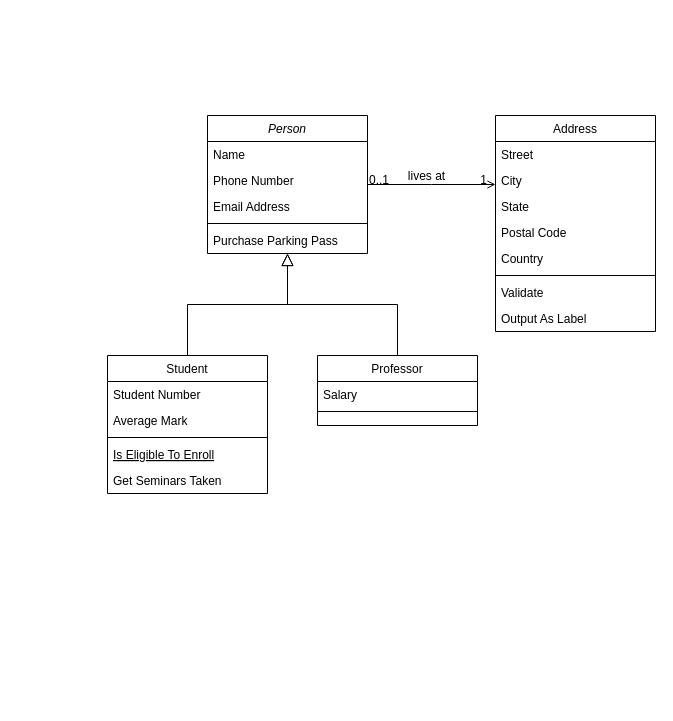
The draw.io diagram CareHomeClassDiagram.drawio in mattwatts36/drawings, before the edit. Source tidied: cells renumbered, new cells numbered last; positions are measured from the earlier drawing's top-left corner, leaving out a move shared by most shapes. Both pictures are drawn from the tidied source at 100%, with x=0, y=0 at pixel (107, 115).
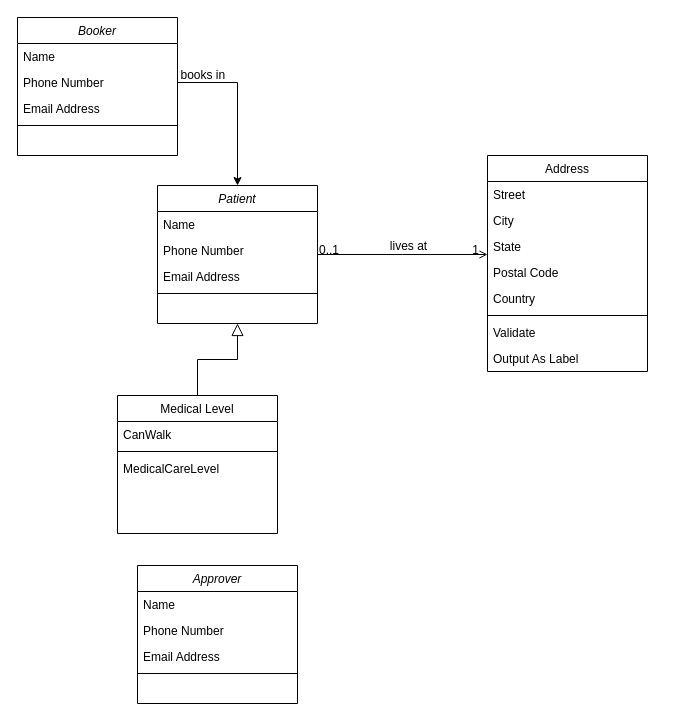
The same diagram, later.

Diff of the diagram source:
```diff
@@
-    <mxCell id="2" value="Person" style="swimlane;fontStyle=2;align=center;verticalAlign=top;horizontal=1;startSize=26;rounded=0;shadow=0;strokeWidth=1;" parent="1" vertex="1">
-      <mxGeometry x="100" width="160" height="138" as="geometry" />
+    <mxCell id="2" value="Patient" style="swimlane;fontStyle=2;align=center;verticalAlign=top;horizontal=1;startSize=26;rounded=0;shadow=0;strokeWidth=1;" parent="1" vertex="1">
+      <mxGeometry x="50" y="70" width="160" height="138" as="geometry" />
     </mxCell>
@@
-    <mxCell id="7" value="Purchase Parking Pass" style="text;align=left;verticalAlign=top;spacingLeft=4;spacingRight=4;overflow=hidden;" parent="2" vertex="1">
-      <mxGeometry y="112" width="160" height="26" as="geometry" />
-    </mxCell>
-    <mxCell id="8" value="Student" style="swimlane;fontStyle=0;align=center;verticalAlign=top;horizontal=1;startSize=26;rounded=0;shadow=0;strokeWidth=1;" parent="1" vertex="1">
-      <mxGeometry y="240" width="160" height="138" as="geometry" />
+    <mxCell id="8" value="Medical Level" style="swimlane;fontStyle=0;align=center;verticalAlign=top;horizontal=1;startSize=26;rounded=0;shadow=0;strokeWidth=1;" parent="1" vertex="1">
+      <mxGeometry x="10" y="280" width="160" height="138" as="geometry" />
     </mxCell>
-    <mxCell id="9" value="Student Number" style="text;align=left;verticalAlign=top;spacingLeft=4;spacingRight=4;overflow=hidden;" parent="8" vertex="1">
+    <mxCell id="9" value="CanWalk" style="text;align=left;verticalAlign=top;spacingLeft=4;spacingRight=4;overflow=hidden;" parent="8" vertex="1">
       <mxGeometry y="26" width="160" height="26" as="geometry" />
     </mxCell>
+    <mxCell id="11" style="line;html=1;strokeWidth=1;align=left;verticalAlign=middle;spacingTop=-1;spacingLeft=3;spacingRight=3;labelPosition=right;" parent="8" vertex="1">
+      <mxGeometry y="52" width="160" height="8" as="geometry" />
+    </mxCell>
-    <mxCell id="10" value="Average Mark" style="text;align=left;verticalAlign=top;spacingLeft=4;spacingRight=4;overflow=hidden;rounded=0;shadow=0;html=0;" parent="8" vertex="1">
-      <mxGeometry y="52" width="160" height="26" as="geometry" />
+    <mxCell id="10" value="MedicalCareLevel" style="text;align=left;verticalAlign=top;spacingLeft=4;spacingRight=4;overflow=hidden;rounded=0;shadow=0;html=0;" parent="8" vertex="1">
+      <mxGeometry y="60" width="160" height="26" as="geometry" />
     </mxCell>
-    <mxCell id="11" style="line;html=1;strokeWidth=1;align=left;verticalAlign=middle;spacingTop=-1;spacingLeft=3;spacingRight=3;labelPosition=right;" parent="8" vertex="1">
-      <mxGeometry y="78" width="160" height="8" as="geometry" />
-    </mxCell>
-    <mxCell id="12" value="Is Eligible To Enroll" style="text;align=left;verticalAlign=top;spacingLeft=4;spacingRight=4;overflow=hidden;fontStyle=4;" parent="8" vertex="1">
-      <mxGeometry y="86" width="160" height="26" as="geometry" />
-    </mxCell>
-    <mxCell id="13" value="Get Seminars Taken" style="text;align=left;verticalAlign=top;spacingLeft=4;spacingRight=4;overflow=hidden;" parent="8" vertex="1">
-      <mxGeometry y="112" width="160" height="26" as="geometry" />
-    </mxCell>
@@
-    <mxCell id="15" value="Professor" style="swimlane;fontStyle=0;align=center;verticalAlign=top;horizontal=1;startSize=26;rounded=0;shadow=0;strokeWidth=1;" parent="1" vertex="1">
-      <mxGeometry x="210" y="240" width="160" height="70" as="geometry" />
-    </mxCell>
-    <mxCell id="16" value="Salary" style="text;align=left;verticalAlign=top;spacingLeft=4;spacingRight=4;overflow=hidden;" parent="15" vertex="1">
-      <mxGeometry y="26" width="160" height="26" as="geometry" />
-    </mxCell>
-    <mxCell id="17" style="line;html=1;strokeWidth=1;align=left;verticalAlign=middle;spacingTop=-1;spacingLeft=3;spacingRight=3;labelPosition=right;" parent="15" vertex="1">
-      <mxGeometry y="52" width="160" height="8" as="geometry" />
-    </mxCell>
-    <mxCell id="18" style="endArrow=block;endSize=10;endFill=0;shadow=0;strokeWidth=1;rounded=0;edgeStyle=elbowEdgeStyle;elbow=vertical;" parent="1" edge="1" source="15" target="2">
-      <mxGeometry relative="1" as="geometry" />
-    </mxCell>
     <mxCell id="19" value="Address" style="swimlane;fontStyle=0;align=center;verticalAlign=top;horizontal=1;startSize=26;rounded=0;shadow=0;strokeWidth=1;" parent="1" vertex="1">
-      <mxGeometry x="388" width="160" height="216" as="geometry" />
+      <mxGeometry x="380" y="40" width="160" height="216" as="geometry" />
     </mxCell>
@@
+    <mxCell id="32" value="Approver" style="swimlane;fontStyle=2;align=center;verticalAlign=top;horizontal=1;startSize=26;rounded=0;shadow=0;strokeWidth=1;" parent="1" vertex="1">
+      <mxGeometry x="30" y="450" width="160" height="138" as="geometry" />
+    </mxCell>
+    <mxCell id="33" value="Name" style="text;align=left;verticalAlign=top;spacingLeft=4;spacingRight=4;overflow=hidden;" parent="32" vertex="1">
+      <mxGeometry y="26" width="160" height="26" as="geometry" />
+    </mxCell>
+    <mxCell id="34" value="Phone Number" style="text;align=left;verticalAlign=top;spacingLeft=4;spacingRight=4;overflow=hidden;rounded=0;shadow=0;html=0;" parent="32" vertex="1">
+      <mxGeometry y="52" width="160" height="26" as="geometry" />
+    </mxCell>
+    <mxCell id="35" value="Email Address" style="text;align=left;verticalAlign=top;spacingLeft=4;spacingRight=4;overflow=hidden;rounded=0;shadow=0;html=0;" parent="32" vertex="1">
+      <mxGeometry y="78" width="160" height="26" as="geometry" />
+    </mxCell>
+    <mxCell id="36" style="line;html=1;strokeWidth=1;align=left;verticalAlign=middle;spacingTop=-1;spacingLeft=3;spacingRight=3;labelPosition=right;" parent="32" vertex="1">
+      <mxGeometry y="104" width="160" height="8" as="geometry" />
+    </mxCell>
+    <mxCell id="37" value="Booker" style="swimlane;fontStyle=2;align=center;verticalAlign=top;horizontal=1;startSize=26;rounded=0;shadow=0;strokeWidth=1;" parent="1" vertex="1">
+      <mxGeometry x="-90" y="-98" width="160" height="138" as="geometry" />
+    </mxCell>
+    <mxCell id="38" value="Name" style="text;align=left;verticalAlign=top;spacingLeft=4;spacingRight=4;overflow=hidden;" parent="37" vertex="1">
+      <mxGeometry y="26" width="160" height="26" as="geometry" />
+    </mxCell>
+    <mxCell id="39" value="Phone Number" style="text;align=left;verticalAlign=top;spacingLeft=4;spacingRight=4;overflow=hidden;points=[[0,0.5],[1,0.5]];portConstraint=eastwest;rounded=0;shadow=0;html=0;" parent="37" vertex="1">
+      <mxGeometry y="52" width="160" height="26" as="geometry" />
+    </mxCell>
+    <mxCell id="40" value="Email Address" style="text;align=left;verticalAlign=top;spacingLeft=4;spacingRight=4;overflow=hidden;rounded=0;shadow=0;html=0;" parent="37" vertex="1">
+      <mxGeometry y="78" width="160" height="26" as="geometry" />
+    </mxCell>
+    <mxCell id="41" style="line;html=1;strokeWidth=1;align=left;verticalAlign=middle;spacingTop=-1;spacingLeft=3;spacingRight=3;labelPosition=right;" parent="37" vertex="1">
+      <mxGeometry y="104" width="160" height="8" as="geometry" />
+    </mxCell>
+    <mxCell id="42" style="edgeStyle=orthogonalEdgeStyle;rounded=0;jettySize=auto;html=1;exitX=1;exitY=0.5;exitDx=0;exitDy=0;entryX=0.5;entryY=0;entryDx=0;entryDy=0;" parent="1" edge="1" source="39" target="2">
+      <mxGeometry relative="1" as="geometry" />
+    </mxCell>
+    <mxCell id="43" value="books in&amp;nbsp;" style="text;html=1;align=center;verticalAlign=middle;labelBackgroundColor=none;rounded=0;shadow=0;strokeWidth=1;fontSize=12;" parent="1" vertex="1">
+      <mxGeometry x="150" y="-70" as="geometry">
+        <mxPoint x="-54" y="29" as="offset" />
+      </mxGeometry>
+    </mxCell>
```
